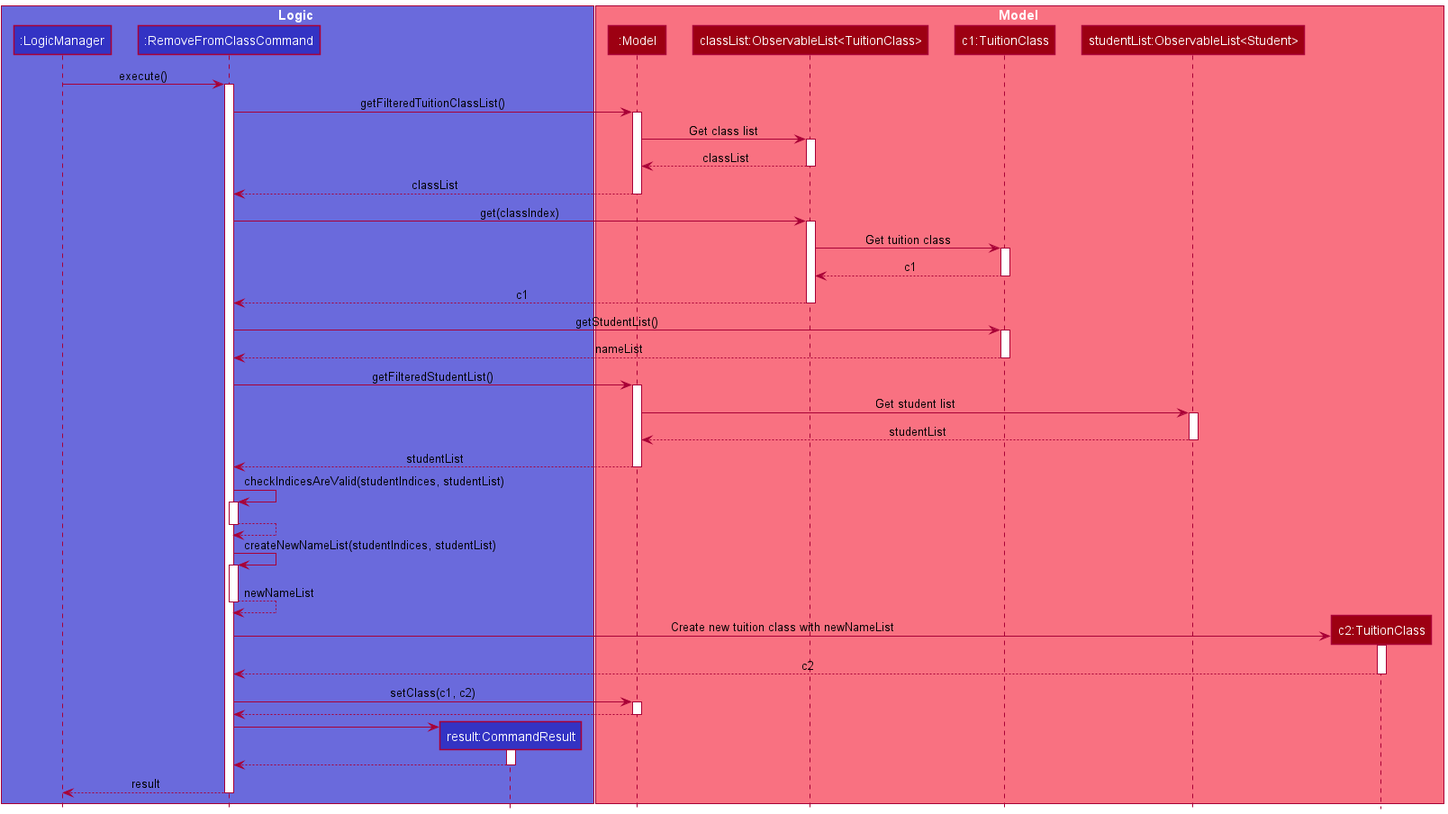
This is docs/images/RemoveFromClassCommandSequenceDiagram.png from softmagnet/tp, a PlantUML export, as it was before one commit.
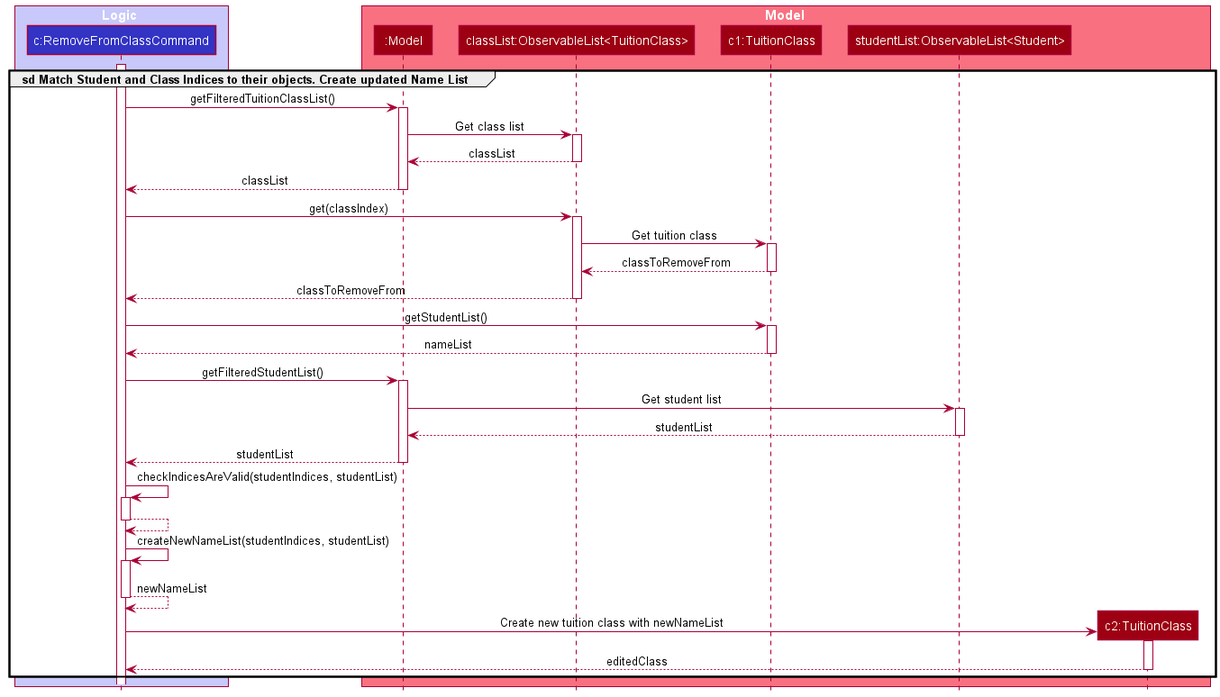
Above is the later version.

Commit message:
Edit UML diagram of RemoveFromClass, DeleteClass and AddClass

Diff of the diagram source:
```diff
@@ -2,12 +2,12 @@
 
 !include Style.puml
 
-box Logic LOGIC_COLOR_T2
+group sd Match Student and Class Indices to their objects. Create updated Name List
+box Logic LOGIC_COLOR_T1
 
-participant ":LogicManager" as LogicManager LOGIC_COLOR
-participant ":RemoveFromClassCommand" as RemoveFromClassCommand LOGIC_COLOR
-participant "result:CommandResult" as CommandResult LOGIC_COLOR
+participant "c:RemoveFromClassCommand" as RemoveFromClassCommand LOGIC_COLOR
 end box
+
 box Model MODEL_COLOR_T1
 participant ":Model" as Model MODEL_COLOR
 participant "classList:ObservableList<TuitionClass>" as tuitionClassList MODEL_COLOR
@@ -16,7 +16,6 @@
 participant "c2:TuitionClass" as newTuitionClass MODEL_COLOR
 end box
 
-LogicManager -> RemoveFromClassCommand: execute()
 activate RemoveFromClassCommand
 
 RemoveFromClassCommand -> Model: getFilteredTuitionClassList()
@@ -32,9 +31,9 @@
 activate tuitionClassList
 tuitionClassList -> TuitionClass: Get tuition class
 activate TuitionClass
-tuitionClassList <-- TuitionClass: c1
+tuitionClassList <-- TuitionClass: classToRemoveFrom
 deactivate
-RemoveFromClassCommand <-- tuitionClassList: c1
+RemoveFromClassCommand <-- tuitionClassList: classToRemoveFrom
 deactivate tuitionClassList
 
 RemoveFromClassCommand -> TuitionClass: getStudentList()
@@ -59,20 +58,7 @@
 
 create newTuitionClass
 RemoveFromClassCommand -> newTuitionClass ++ :Create new tuition class with newNameList
-RemoveFromClassCommand <-- newTuitionClass -- : c2
+RemoveFromClassCommand <-- newTuitionClass -- : editedClass
 
-
-RemoveFromClassCommand -> Model: setClass(c1, c2)
-activate Model
-RemoveFromClassCommand <-- Model
-deactivate Model
-create CommandResult
-RemoveFromClassCommand -> CommandResult
-activate CommandResult
-RemoveFromClassCommand <-- CommandResult
-deactivate CommandResult
-LogicManager <-- RemoveFromClassCommand: result
-deactivate RemoveFromClassCommand
-
-
+end
 @enduml
```
